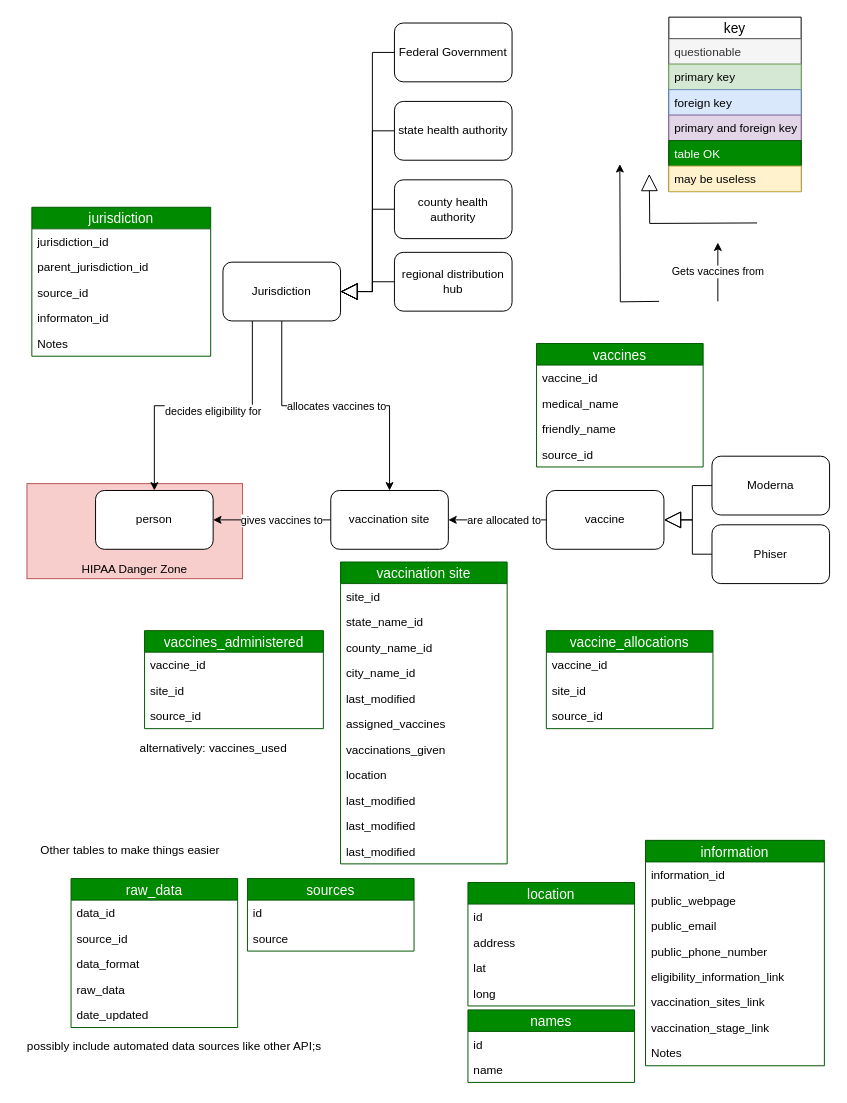
Before: Domain Model.drawio in VacFind/Documentation, a draw.io diagram. Source tidied: cells renumbered, new cells numbered last; positions are measured from the earlier drawing's top-left corner, leaving out a move shared by most shapes. Both pictures are drawn from the tidied source at 98%, with x=0, y=0 at pixel (17, 17).
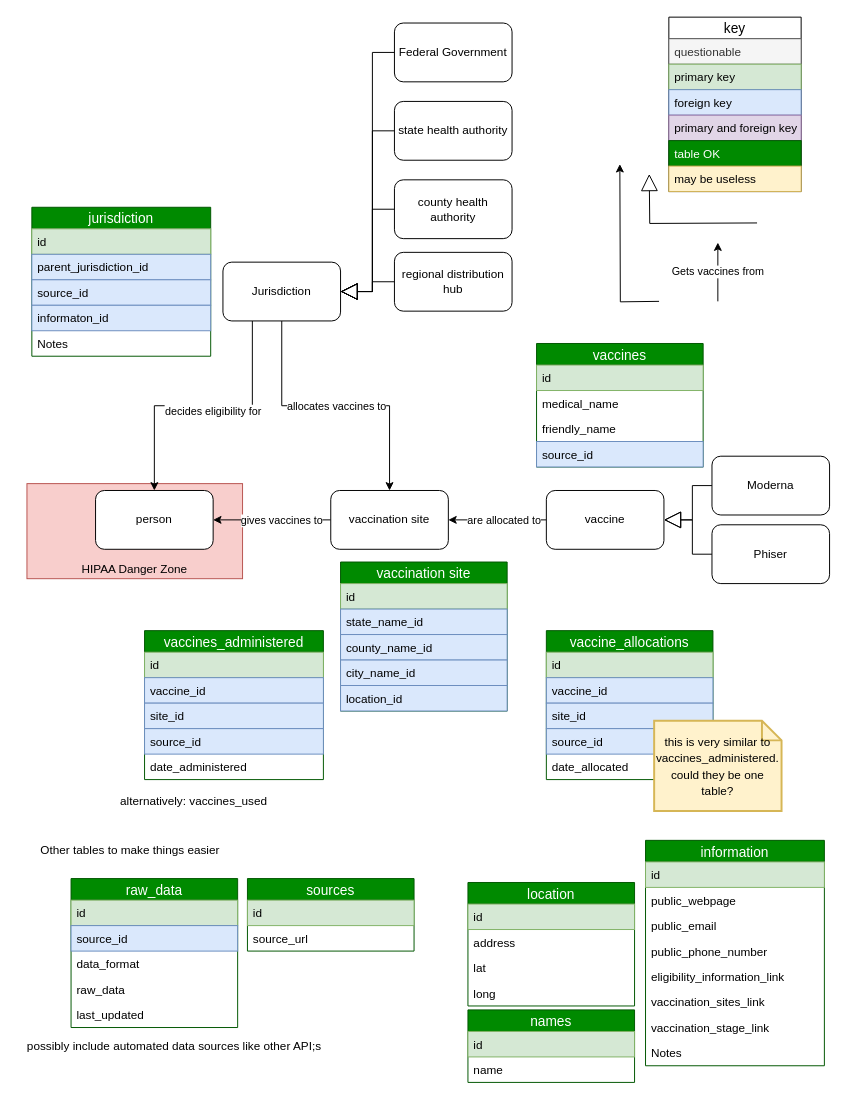
After the change.

Commit message:
update column names and start color-coding

Unchanged cells that the change refers to:
```xml
<mxCell id="50" value="vaccines" style="swimlane;fontStyle=0;horizontal=1;startSize=22;fillColor=#008a00;swimlaneFillColor=#ffffff;align=center;fontSize=14;strokeColor=#005700;fontColor=#ffffff;" parent="1" vertex="1">
  <mxGeometry x="530" y="333" width="170" height="126" as="geometry" />
</mxCell>
<mxCell id="64" value="jurisdiction" style="swimlane;fontStyle=0;horizontal=1;startSize=22;fillColor=#008a00;swimlaneFillColor=#ffffff;align=center;fontSize=14;strokeColor=#005700;fontColor=#ffffff;" parent="1" vertex="1">
  <mxGeometry x="15" y="194" width="182.5" height="152" as="geometry" />
</mxCell>
<mxCell id="70" value="information" style="swimlane;fontStyle=0;horizontal=1;startSize=22;fillColor=#008a00;swimlaneFillColor=#ffffff;align=center;fontSize=14;strokeColor=#005700;fontColor=#ffffff;" parent="1" vertex="1">
  <mxGeometry x="641.2" y="840" width="182.5" height="230" as="geometry" />
</mxCell>
<mxCell id="79" value="location" style="swimlane;fontStyle=0;horizontal=1;startSize=22;fillColor=#008a00;swimlaneFillColor=#ffffff;align=center;fontSize=14;strokeColor=#005700;fontColor=#ffffff;" parent="1" vertex="1">
  <mxGeometry x="460" y="883" width="170" height="126" as="geometry" />
</mxCell>
<mxCell id="84" value="names" style="swimlane;fontStyle=0;horizontal=1;startSize=22;fillColor=#008a00;swimlaneFillColor=#ffffff;align=center;fontSize=14;strokeColor=#005700;fontColor=#ffffff;" parent="1" vertex="1">
  <mxGeometry x="460" y="1013" width="170" height="74" as="geometry" />
</mxCell>
<mxCell id="87" value="raw_data" style="swimlane;fontStyle=0;horizontal=1;startSize=22;fillColor=#008a00;swimlaneFillColor=#ffffff;align=center;fontSize=14;strokeColor=#005700;fontColor=#ffffff;" parent="1" vertex="1">
  <mxGeometry x="55" y="879" width="170" height="152" as="geometry" />
</mxCell>
<mxCell id="93" value="sources" style="swimlane;fontStyle=0;horizontal=1;startSize=22;fillColor=#008a00;swimlaneFillColor=#ffffff;align=center;fontSize=14;strokeColor=#005700;fontColor=#ffffff;" parent="1" vertex="1">
  <mxGeometry x="235" y="879" width="170" height="74" as="geometry" />
</mxCell>
```

Diff of the diagram source:
```diff
@@
     <mxCell id="27" value="alternatively: vaccines_used" style="text;html=1;align=center;verticalAlign=middle;" parent="1" vertex="1">
-      <mxGeometry x="120" y="736" width="160" height="20" as="geometry" />
+      <mxGeometry x="100" y="790" width="160" height="20" as="geometry" />
     </mxCell>
@@
     <mxCell id="30" value="vaccination site" style="swimlane;fontStyle=0;horizontal=1;startSize=22;fillColor=#008a00;swimlaneFillColor=#ffffff;align=center;fontSize=14;strokeColor=#005700;fontColor=#ffffff;" parent="1" vertex="1">
-      <mxGeometry x="330" y="556" width="170" height="308" as="geometry" />
+      <mxGeometry x="330" y="556" width="170" height="152" as="geometry" />
     </mxCell>
-    <mxCell id="31" value="site_id" style="text;spacingLeft=4;spacingRight=4;overflow=hidden;fontSize=12;" parent="30" vertex="1">
+    <mxCell id="31" value="id" style="text;spacingLeft=4;spacingRight=4;overflow=hidden;fontSize=12;fillColor=#d5e8d4;strokeColor=#82b366;" parent="30" vertex="1">
       <mxGeometry y="22" width="170" height="26" as="geometry" />
     </mxCell>
-    <mxCell id="32" value="state_name_id" style="text;strokeColor=none;fillColor=none;spacingLeft=4;spacingRight=4;overflow=hidden;fontSize=12;" parent="30" vertex="1">
+    <mxCell id="32" value="state_name_id" style="text;strokeColor=#6c8ebf;fillColor=#dae8fc;spacingLeft=4;spacingRight=4;overflow=hidden;fontSize=12;" parent="30" vertex="1">
       <mxGeometry y="48" width="170" height="26" as="geometry" />
     </mxCell>
-    <mxCell id="33" value="county_name_id" style="text;strokeColor=none;fillColor=none;spacingLeft=4;spacingRight=4;overflow=hidden;fontSize=12;" parent="30" vertex="1">
+    <mxCell id="33" value="county_name_id" style="text;strokeColor=#6c8ebf;fillColor=#dae8fc;spacingLeft=4;spacingRight=4;overflow=hidden;fontSize=12;" parent="30" vertex="1">
       <mxGeometry y="74" width="170" height="26" as="geometry" />
     </mxCell>
-    <mxCell id="34" value="city_name_id" style="text;strokeColor=none;fillColor=none;spacingLeft=4;spacingRight=4;overflow=hidden;fontSize=12;" parent="30" vertex="1">
+    <mxCell id="34" value="city_name_id" style="text;strokeColor=#6c8ebf;fillColor=#dae8fc;spacingLeft=4;spacingRight=4;overflow=hidden;fontSize=12;" parent="30" vertex="1">
       <mxGeometry y="100" width="170" height="26" as="geometry" />
     </mxCell>
-    <mxCell id="35" value="last_modified" style="text;strokeColor=none;fillColor=none;spacingLeft=4;spacingRight=4;overflow=hidden;fontSize=12;" parent="30" vertex="1">
-      <mxGeometry y="126" width="170" height="26" as="geometry" />
-    </mxCell>
-    <mxCell id="36" value="assigned_vaccines" style="text;strokeColor=none;fillColor=none;spacingLeft=4;spacingRight=4;overflow=hidden;fontSize=12;" parent="30" vertex="1">
-      <mxGeometry y="152" width="170" height="26" as="geometry" />
-    </mxCell>
-    <mxCell id="37" value="vaccinations_given" style="text;strokeColor=none;fillColor=none;spacingLeft=4;spacingRight=4;overflow=hidden;fontSize=12;" parent="30" vertex="1">
-      <mxGeometry y="178" width="170" height="26" as="geometry" />
-    </mxCell>
-    <mxCell id="38" value="location" style="text;strokeColor=none;fillColor=none;spacingLeft=4;spacingRight=4;overflow=hidden;fontSize=12;" parent="30" vertex="1">
-      <mxGeometry y="204" width="170" height="26" as="geometry" />
+    <mxCell id="38" value="location_id" style="text;strokeColor=#6c8ebf;fillColor=#dae8fc;spacingLeft=4;spacingRight=4;overflow=hidden;fontSize=12;" parent="30" vertex="1">
+      <mxGeometry y="126" width="170" height="26" as="geometry" />
     </mxCell>
-    <mxCell id="39" value="last_modified" style="text;strokeColor=none;fillColor=none;spacingLeft=4;spacingRight=4;overflow=hidden;fontSize=12;" parent="30" vertex="1">
-      <mxGeometry y="230" width="170" height="26" as="geometry" />
-    </mxCell>
-    <mxCell id="40" value="last_modified" style="text;strokeColor=none;fillColor=none;spacingLeft=4;spacingRight=4;overflow=hidden;fontSize=12;" parent="30" vertex="1">
-      <mxGeometry y="256" width="170" height="26" as="geometry" />
-    </mxCell>
-    <mxCell id="41" value="last_modified" style="text;strokeColor=none;fillColor=none;spacingLeft=4;spacingRight=4;overflow=hidden;fontSize=12;" parent="30" vertex="1">
-      <mxGeometry y="282" width="170" height="26" as="geometry" />
-    </mxCell>
     <mxCell id="42" value="vaccines_administered" style="swimlane;fontStyle=0;horizontal=1;startSize=22;fillColor=#008a00;swimlaneFillColor=#ffffff;align=center;fontSize=14;strokeColor=#005700;fontColor=#ffffff;" parent="1" vertex="1">
-      <mxGeometry x="130" y="626" width="182.5" height="100" as="geometry" />
+      <mxGeometry x="130" y="626" width="182.5" height="152" as="geometry" />
     </mxCell>
+    <mxCell id="96" value="id" style="text;spacingLeft=4;spacingRight=4;overflow=hidden;fontSize=12;fillColor=#d5e8d4;strokeColor=#82b366;" parent="42" vertex="1">
+      <mxGeometry y="22" width="182.5" height="26" as="geometry" />
+    </mxCell>
-    <mxCell id="43" value="vaccine_id" style="text;spacingLeft=4;spacingRight=4;overflow=hidden;fontSize=12;" parent="42" vertex="1">
-      <mxGeometry y="22" width="182.5" height="26" as="geometry" />
+    <mxCell id="43" value="vaccine_id" style="text;spacingLeft=4;spacingRight=4;overflow=hidden;fontSize=12;fillColor=#dae8fc;strokeColor=#6c8ebf;" parent="42" vertex="1">
+      <mxGeometry y="48" width="182.5" height="26" as="geometry" />
     </mxCell>
-    <mxCell id="44" value="site_id" style="text;spacingLeft=4;spacingRight=4;overflow=hidden;fontSize=12;" parent="42" vertex="1">
-      <mxGeometry y="48" width="182.5" height="26" as="geometry" />
+    <mxCell id="44" value="site_id" style="text;spacingLeft=4;spacingRight=4;overflow=hidden;fontSize=12;fillColor=#dae8fc;strokeColor=#6c8ebf;" parent="42" vertex="1">
+      <mxGeometry y="74" width="182.5" height="26" as="geometry" />
     </mxCell>
-    <mxCell id="45" value="source_id" style="text;strokeColor=none;fillColor=none;spacingLeft=4;spacingRight=4;overflow=hidden;fontSize=12;" parent="42" vertex="1">
-      <mxGeometry y="74" width="182.5" height="26" as="geometry" />
+    <mxCell id="45" value="source_id" style="text;strokeColor=#6c8ebf;fillColor=#dae8fc;spacingLeft=4;spacingRight=4;overflow=hidden;fontSize=12;" parent="42" vertex="1">
+      <mxGeometry y="100" width="182.5" height="26" as="geometry" />
     </mxCell>
+    <mxCell id="97" value="date_administered" style="text;strokeColor=none;fillColor=none;spacingLeft=4;spacingRight=4;overflow=hidden;fontSize=12;" parent="42" vertex="1">
+      <mxGeometry y="126" width="182.5" height="26" as="geometry" />
+    </mxCell>
     <mxCell id="46" value="vaccine_allocations" style="swimlane;fontStyle=0;horizontal=1;startSize=22;fillColor=#008a00;swimlaneFillColor=#ffffff;align=center;fontSize=14;strokeColor=#005700;fontColor=#ffffff;" parent="1" vertex="1">
-      <mxGeometry x="540" y="626" width="170" height="100" as="geometry" />
+      <mxGeometry x="540" y="626" width="170" height="152" as="geometry" />
     </mxCell>
+    <mxCell id="98" value="id" style="text;spacingLeft=4;spacingRight=4;overflow=hidden;fontSize=12;fillColor=#d5e8d4;strokeColor=#82b366;" parent="46" vertex="1">
+      <mxGeometry y="22" width="170" height="26" as="geometry" />
+    </mxCell>
-    <mxCell id="47" value="vaccine_id" style="text;spacingLeft=4;spacingRight=4;overflow=hidden;fontSize=12;" parent="46" vertex="1">
-      <mxGeometry y="22" width="170" height="26" as="geometry" />
+    <mxCell id="47" value="vaccine_id" style="text;spacingLeft=4;spacingRight=4;overflow=hidden;fontSize=12;fillColor=#dae8fc;strokeColor=#6c8ebf;" parent="46" vertex="1">
+      <mxGeometry y="48" width="170" height="26" as="geometry" />
     </mxCell>
-    <mxCell id="48" value="site_id" style="text;spacingLeft=4;spacingRight=4;overflow=hidden;fontSize=12;" parent="46" vertex="1">
-      <mxGeometry y="48" width="170" height="26" as="geometry" />
+    <mxCell id="48" value="site_id" style="text;spacingLeft=4;spacingRight=4;overflow=hidden;fontSize=12;fillColor=#dae8fc;strokeColor=#6c8ebf;" parent="46" vertex="1">
+      <mxGeometry y="74" width="170" height="26" as="geometry" />
     </mxCell>
-    <mxCell id="49" value="source_id" style="text;strokeColor=none;fillColor=none;spacingLeft=4;spacingRight=4;overflow=hidden;fontSize=12;" parent="46" vertex="1">
-      <mxGeometry y="74" width="170" height="26" as="geometry" />
+    <mxCell id="49" value="source_id" style="text;strokeColor=#6c8ebf;fillColor=#dae8fc;spacingLeft=4;spacingRight=4;overflow=hidden;fontSize=12;" parent="46" vertex="1">
+      <mxGeometry y="100" width="170" height="26" as="geometry" />
     </mxCell>
+    <mxCell id="99" value="date_allocated" style="text;strokeColor=none;fillColor=none;spacingLeft=4;spacingRight=4;overflow=hidden;fontSize=12;" parent="46" vertex="1">
+      <mxGeometry y="126" width="170" height="26" as="geometry" />
+    </mxCell>
@@
-    <mxCell id="51" value="vaccine_id" style="text;spacingLeft=4;spacingRight=4;overflow=hidden;fontSize=12;" parent="50" vertex="1">
+    <mxCell id="51" value="id" style="text;spacingLeft=4;spacingRight=4;overflow=hidden;fontSize=12;fillColor=#d5e8d4;strokeColor=#82b366;" parent="50" vertex="1">
       <mxGeometry y="22" width="170" height="26" as="geometry" />
     </mxCell>
@@
-    <mxCell id="54" value="source_id" style="text;strokeColor=none;fillColor=none;spacingLeft=4;spacingRight=4;overflow=hidden;fontSize=12;" parent="50" vertex="1">
+    <mxCell id="54" value="source_id" style="text;strokeColor=#6c8ebf;fillColor=#dae8fc;spacingLeft=4;spacingRight=4;overflow=hidden;fontSize=12;" parent="50" vertex="1">
       <mxGeometry y="100" width="170" height="26" as="geometry" />
     </mxCell>
@@
-    <mxCell id="65" value="jurisdiction_id" style="text;spacingLeft=4;spacingRight=4;overflow=hidden;fontSize=12;" parent="64" vertex="1">
+    <mxCell id="65" value="id" style="text;spacingLeft=4;spacingRight=4;overflow=hidden;fontSize=12;fillColor=#d5e8d4;strokeColor=#82b366;" parent="64" vertex="1">
       <mxGeometry y="22" width="182.5" height="26" as="geometry" />
     </mxCell>
-    <mxCell id="66" value="parent_jurisdiction_id" style="text;spacingLeft=4;spacingRight=4;overflow=hidden;fontSize=12;" parent="64" vertex="1">
+    <mxCell id="66" value="parent_jurisdiction_id" style="text;spacingLeft=4;spacingRight=4;overflow=hidden;fontSize=12;fillColor=#dae8fc;strokeColor=#6c8ebf;" parent="64" vertex="1">
       <mxGeometry y="48" width="182.5" height="26" as="geometry" />
     </mxCell>
-    <mxCell id="67" value="source_id" style="text;strokeColor=none;fillColor=none;spacingLeft=4;spacingRight=4;overflow=hidden;fontSize=12;" parent="64" vertex="1">
+    <mxCell id="67" value="source_id" style="text;strokeColor=#6c8ebf;fillColor=#dae8fc;spacingLeft=4;spacingRight=4;overflow=hidden;fontSize=12;" parent="64" vertex="1">
       <mxGeometry y="74" width="182.5" height="26" as="geometry" />
     </mxCell>
-    <mxCell id="68" value="informaton_id" style="text;strokeColor=none;fillColor=none;spacingLeft=4;spacingRight=4;overflow=hidden;fontSize=12;" parent="64" vertex="1">
+    <mxCell id="68" value="informaton_id" style="text;strokeColor=#6c8ebf;fillColor=#dae8fc;spacingLeft=4;spacingRight=4;overflow=hidden;fontSize=12;" parent="64" vertex="1">
       <mxGeometry y="100" width="182.5" height="26" as="geometry" />
     </mxCell>
@@
-    <mxCell id="71" value="information_id" style="text;spacingLeft=4;spacingRight=4;overflow=hidden;fontSize=12;" parent="70" vertex="1">
+    <mxCell id="71" value="id" style="text;spacingLeft=4;spacingRight=4;overflow=hidden;fontSize=12;fillColor=#d5e8d4;strokeColor=#82b366;" parent="70" vertex="1">
       <mxGeometry y="22" width="182.5" height="26" as="geometry" />
     </mxCell>
@@
-    <mxCell id="80" value="id" style="text;spacingLeft=4;spacingRight=4;overflow=hidden;fontSize=12;" parent="79" vertex="1">
+    <mxCell id="80" value="id" style="text;spacingLeft=4;spacingRight=4;overflow=hidden;fontSize=12;fillColor=#d5e8d4;strokeColor=#82b366;" parent="79" vertex="1">
       <mxGeometry y="22" width="170" height="26" as="geometry" />
     </mxCell>
@@
-    <mxCell id="85" value="id" style="text;spacingLeft=4;spacingRight=4;overflow=hidden;fontSize=12;" parent="84" vertex="1">
+    <mxCell id="85" value="id" style="text;spacingLeft=4;spacingRight=4;overflow=hidden;fontSize=12;fillColor=#d5e8d4;strokeColor=#82b366;" parent="84" vertex="1">
       <mxGeometry y="22" width="170" height="26" as="geometry" />
     </mxCell>
@@
-    <mxCell id="88" value="data_id" style="text;spacingLeft=4;spacingRight=4;overflow=hidden;fontSize=12;" parent="87" vertex="1">
+    <mxCell id="88" value="id" style="text;spacingLeft=4;spacingRight=4;overflow=hidden;fontSize=12;fillColor=#d5e8d4;strokeColor=#82b366;" parent="87" vertex="1">
       <mxGeometry y="22" width="170" height="26" as="geometry" />
     </mxCell>
-    <mxCell id="89" value="source_id" style="text;spacingLeft=4;spacingRight=4;overflow=hidden;fontSize=12;" parent="87" vertex="1">
+    <mxCell id="89" value="source_id" style="text;spacingLeft=4;spacingRight=4;overflow=hidden;fontSize=12;fillColor=#dae8fc;strokeColor=#6c8ebf;" parent="87" vertex="1">
       <mxGeometry y="48" width="170" height="26" as="geometry" />
     </mxCell>
@@
-    <mxCell id="92" value="date_updated" style="text;strokeColor=none;fillColor=none;spacingLeft=4;spacingRight=4;overflow=hidden;fontSize=12;" parent="87" vertex="1">
+    <mxCell id="92" value="last_updated" style="text;strokeColor=none;fillColor=none;spacingLeft=4;spacingRight=4;overflow=hidden;fontSize=12;" parent="87" vertex="1">
       <mxGeometry y="126" width="170" height="26" as="geometry" />
     </mxCell>
@@
-    <mxCell id="94" value="id" style="text;spacingLeft=4;spacingRight=4;overflow=hidden;fontSize=12;" parent="93" vertex="1">
+    <mxCell id="94" value="id" style="text;spacingLeft=4;spacingRight=4;overflow=hidden;fontSize=12;fillColor=#d5e8d4;strokeColor=#82b366;" parent="93" vertex="1">
       <mxGeometry y="22" width="170" height="26" as="geometry" />
     </mxCell>
-    <mxCell id="95" value="source" style="text;strokeColor=none;fillColor=none;spacingLeft=4;spacingRight=4;overflow=hidden;fontSize=12;" parent="93" vertex="1">
+    <mxCell id="95" value="source_url" style="text;strokeColor=none;fillColor=none;spacingLeft=4;spacingRight=4;overflow=hidden;fontSize=12;" parent="93" vertex="1">
       <mxGeometry y="48" width="170" height="26" as="geometry" />
     </mxCell>
+    <mxCell id="100" value="&lt;span style=&quot;color: rgb(0 , 0 , 0) ; font-size: 12px&quot;&gt;this is very similar to vaccines_administered.&lt;br&gt;could they be one table?&lt;/span&gt;" style="shape=note;strokeWidth=2;fontSize=14;size=20;whiteSpace=wrap;html=1;fillColor=#fff2cc;strokeColor=#d6b656;fontColor=#666600;" parent="1" vertex="1">
+      <mxGeometry x="650" y="718" width="130" height="92" as="geometry" />
+    </mxCell>
```
